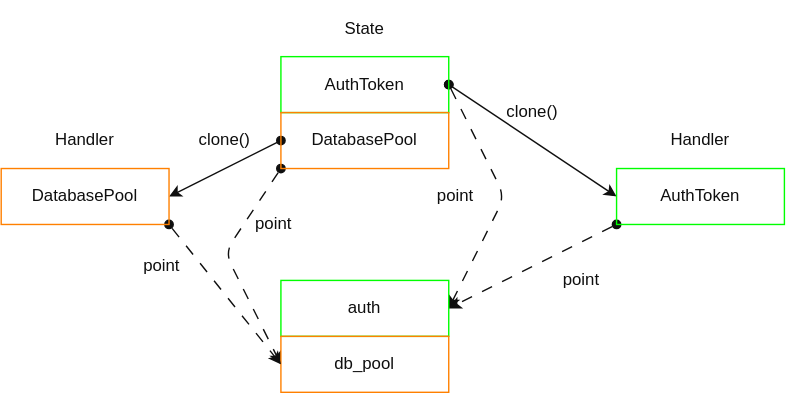
htgithub194/self-study keeps this draw.io diagram as docs/rust/axum/images/fromref.drawio.svg. Above is the earlier version. Source tidied: cells renumbered, new cells last; positions are measured from the earlier drawing's top-left corner, leaving out a move shared by most shapes.
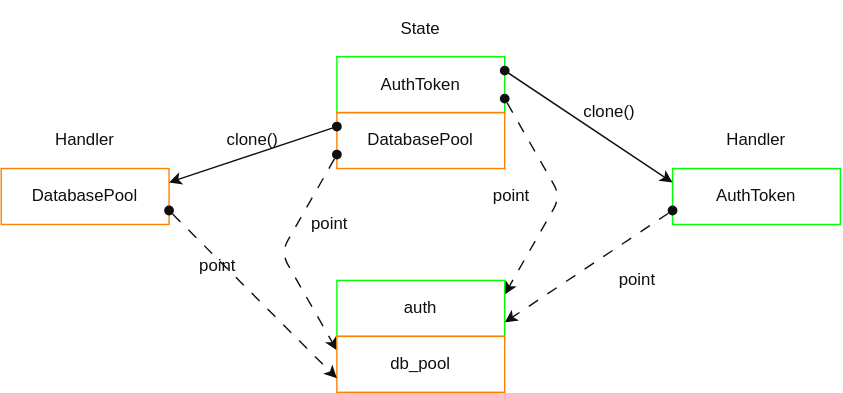
Later version of the same file.

The edit, as a diff of the source:
```diff
@@ -2,44 +2,46 @@
   <root>
     <mxCell id="0" />
     <mxCell id="1" parent="0" />
+    <mxCell id="20" value="AuthToken" style="rounded=0;whiteSpace=wrap;html=1;fontColor=light-dark(#0F0F0F,#F0F0F0);fillColor=none;strokeColor=light-dark(#00FF00,#00FF00);labelBackgroundColor=none;" parent="1" vertex="1">
+      <mxGeometry x="200" y="40" width="120" height="40" as="geometry" />
+    </mxCell>
+    <mxCell id="22" value="DatabasePool" style="rounded=0;whiteSpace=wrap;html=1;fontColor=light-dark(#0F0F0F,#F0F0F0);fillColor=none;strokeColor=light-dark(#FF8000,#FF8000);labelBackgroundColor=none;" parent="1" vertex="1">
+      <mxGeometry x="200" y="80" width="120" height="40" as="geometry" />
+    </mxCell>
+    <mxCell id="21" value="DatabasePool" style="rounded=0;whiteSpace=wrap;html=1;fontColor=light-dark(#0F0F0F,#F0F0F0);fillColor=none;strokeColor=light-dark(#FF8000,#FF8000);labelBackgroundColor=none;" parent="1" vertex="1">
+      <mxGeometry x="-40" y="120" width="120" height="40" as="geometry" />
+    </mxCell>
+    <mxCell id="19" value="AuthToken" style="rounded=0;whiteSpace=wrap;html=1;fontColor=light-dark(#0F0F0F,#F0F0F0);fillColor=none;strokeColor=light-dark(#00FF00,#00FF00);labelBackgroundColor=none;" parent="1" vertex="1">
+      <mxGeometry x="440" y="120" width="120" height="40" as="geometry" />
+    </mxCell>
-    <mxCell id="2" style="edgeStyle=none;html=1;entryX=1;entryY=0.5;entryDx=0;entryDy=0;fontFamily=Helvetica;fontSize=12;fontColor=light-dark(#0F0F0F,#F0F0F0);exitX=1;exitY=0.5;exitDx=0;exitDy=0;strokeColor=light-dark(#0F0F0F,#F0F0F0);startArrow=oval;startFill=1;flowAnimation=1;" parent="1" edge="1" target="9">
+    <mxCell id="2" style="edgeStyle=none;html=1;entryX=1;entryY=0.25;entryDx=0;entryDy=0;fontFamily=Helvetica;fontSize=12;fontColor=light-dark(#0F0F0F,#F0F0F0);exitX=1;exitY=0.75;exitDx=0;exitDy=0;strokeColor=light-dark(#0F0F0F,#F0F0F0);startArrow=oval;startFill=1;flowAnimation=1;" parent="1" edge="1" source="20" target="9">
       <mxGeometry relative="1" as="geometry">
-        <mxPoint x="320" y="60" as="sourcePoint" />
         <Array as="points">
           <mxPoint x="360" y="140" />
         </Array>
       </mxGeometry>
     </mxCell>
-    <mxCell id="3" style="edgeStyle=none;shape=connector;rounded=1;html=1;entryX=0;entryY=0.5;entryDx=0;entryDy=0;strokeColor=light-dark(#0F0F0F,#F0F0F0);align=center;verticalAlign=middle;fontFamily=Helvetica;fontSize=12;fontColor=light-dark(#0F0F0F,#F0F0F0);labelBackgroundColor=default;startArrow=oval;startFill=1;endArrow=classic;exitX=1;exitY=0.5;exitDx=0;exitDy=0;" parent="1" edge="1">
-      <mxGeometry relative="1" as="geometry">
-        <mxPoint x="320" y="60" as="sourcePoint" />
-        <mxPoint x="440" y="140" as="targetPoint" />
-      </mxGeometry>
+    <mxCell id="3" style="edgeStyle=none;shape=connector;rounded=1;html=1;entryX=0;entryY=0.25;entryDx=0;entryDy=0;strokeColor=light-dark(#0F0F0F,#F0F0F0);align=center;verticalAlign=middle;fontFamily=Helvetica;fontSize=12;fontColor=light-dark(#0F0F0F,#F0F0F0);labelBackgroundColor=default;startArrow=oval;startFill=1;endArrow=classic;exitX=1;exitY=0.25;exitDx=0;exitDy=0;" parent="1" edge="1" source="20" target="19">
+      <mxGeometry relative="1" as="geometry" />
     </mxCell>
     <mxCell id="4" value="State" style="text;html=1;align=center;verticalAlign=middle;whiteSpace=wrap;rounded=0;fontColor=light-dark(#0F0F0F,#F0F0F0);" parent="1" vertex="1">
       <mxGeometry x="200" width="120" height="40" as="geometry" />
     </mxCell>
-    <mxCell id="5" style="edgeStyle=none;html=1;entryX=0;entryY=0.5;entryDx=0;entryDy=0;fontFamily=Helvetica;fontSize=12;fontColor=light-dark(#0F0F0F,#F0F0F0);exitX=0;exitY=1;exitDx=0;exitDy=0;strokeColor=light-dark(#0F0F0F,#F0F0F0);startArrow=oval;startFill=1;flowAnimation=1;" parent="1" edge="1" target="10">
+    <mxCell id="5" style="edgeStyle=none;html=1;entryX=0;entryY=0.25;entryDx=0;entryDy=0;fontFamily=Helvetica;fontSize=12;fontColor=light-dark(#0F0F0F,#F0F0F0);exitX=0;exitY=0.75;exitDx=0;exitDy=0;strokeColor=light-dark(#0F0F0F,#F0F0F0);startArrow=oval;startFill=1;flowAnimation=1;" parent="1" edge="1" source="22" target="10">
       <mxGeometry relative="1" as="geometry">
-        <mxPoint x="200" y="120" as="sourcePoint" />
         <Array as="points">
           <mxPoint x="160" y="180" />
         </Array>
       </mxGeometry>
     </mxCell>
-    <mxCell id="6" style="edgeStyle=none;shape=connector;rounded=1;html=1;entryX=1;entryY=0.5;entryDx=0;entryDy=0;strokeColor=light-dark(#0F0F0F,#F0F0F0);align=center;verticalAlign=middle;fontFamily=Helvetica;fontSize=12;fontColor=light-dark(#0F0F0F,#F0F0F0);labelBackgroundColor=default;startArrow=oval;startFill=1;endArrow=classic;exitX=0;exitY=0.5;exitDx=0;exitDy=0;" parent="1" edge="1">
-      <mxGeometry relative="1" as="geometry">
-        <mxPoint x="200" y="100" as="sourcePoint" />
-        <mxPoint x="120" y="140" as="targetPoint" />
-      </mxGeometry>
+    <mxCell id="6" style="edgeStyle=none;shape=connector;rounded=1;html=1;entryX=1;entryY=0.25;entryDx=0;entryDy=0;strokeColor=light-dark(#0F0F0F,#F0F0F0);align=center;verticalAlign=middle;fontFamily=Helvetica;fontSize=12;fontColor=light-dark(#0F0F0F,#F0F0F0);labelBackgroundColor=default;startArrow=oval;startFill=1;endArrow=classic;exitX=0;exitY=0.25;exitDx=0;exitDy=0;" parent="1" edge="1" source="22" target="21">
+      <mxGeometry relative="1" as="geometry" />
     </mxCell>
     <mxCell id="7" value="Handler" style="text;html=1;align=center;verticalAlign=middle;whiteSpace=wrap;rounded=0;fontColor=light-dark(#0F0F0F,#F0F0F0);" parent="1" vertex="1">
       <mxGeometry x="440" y="80" width="120" height="40" as="geometry" />
     </mxCell>
-    <mxCell id="8" style="edgeStyle=none;html=1;entryX=1;entryY=0.5;entryDx=0;entryDy=0;fontFamily=Helvetica;fontSize=12;fontColor=light-dark(#0F0F0F,#F0F0F0);strokeColor=light-dark(#0F0F0F,#F0F0F0);startArrow=oval;startFill=1;flowAnimation=1;exitX=0;exitY=1;exitDx=0;exitDy=0;" parent="1" edge="1" target="9">
-      <mxGeometry relative="1" as="geometry">
-        <mxPoint x="440" y="160" as="sourcePoint" />
-      </mxGeometry>
+    <mxCell id="8" style="edgeStyle=none;html=1;entryX=1;entryY=0.75;entryDx=0;entryDy=0;fontFamily=Helvetica;fontSize=12;fontColor=light-dark(#0F0F0F,#F0F0F0);strokeColor=light-dark(#0F0F0F,#F0F0F0);startArrow=oval;startFill=1;flowAnimation=1;exitX=0;exitY=0.75;exitDx=0;exitDy=0;" parent="1" edge="1" source="19" target="9">
+      <mxGeometry relative="1" as="geometry" />
     </mxCell>
     <mxCell id="9" value="auth" style="rounded=0;whiteSpace=wrap;html=1;fontColor=light-dark(#0F0F0F,#F0F0F0);fillColor=none;strokeColor=light-dark(#00FF00,#00FF00);labelBackgroundColor=none;" parent="1" vertex="1">
       <mxGeometry x="200" y="200" width="120" height="40" as="geometry" />
@@ -48,18 +50,16 @@
       <mxGeometry x="200" y="240" width="120" height="40" as="geometry" />
     </mxCell>
     <mxCell id="11" value="clone()" style="text;html=1;align=center;verticalAlign=middle;whiteSpace=wrap;rounded=0;fontColor=light-dark(#0F0F0F,#F0F0F0);" parent="1" vertex="1">
-      <mxGeometry x="320" y="70" width="120" height="20" as="geometry" />
+      <mxGeometry x="350" y="70" width="90" height="20" as="geometry" />
     </mxCell>
     <mxCell id="12" value="Handler" style="text;html=1;align=center;verticalAlign=middle;whiteSpace=wrap;rounded=0;fontColor=light-dark(#0F0F0F,#F0F0F0);" parent="1" vertex="1">
-      <mxGeometry y="80" width="120" height="40" as="geometry" />
+      <mxGeometry x="-40" y="80" width="120" height="40" as="geometry" />
     </mxCell>
-    <mxCell id="13" style="edgeStyle=none;shape=connector;rounded=1;html=1;entryX=0;entryY=0.5;entryDx=0;entryDy=0;strokeColor=light-dark(#0F0F0F,#F0F0F0);align=center;verticalAlign=middle;fontFamily=Helvetica;fontSize=12;fontColor=light-dark(#0F0F0F,#F0F0F0);labelBackgroundColor=default;startArrow=oval;startFill=1;endArrow=classic;flowAnimation=1;exitX=1;exitY=1;exitDx=0;exitDy=0;" parent="1" edge="1" target="10">
-      <mxGeometry relative="1" as="geometry">
-        <mxPoint x="120" y="160" as="sourcePoint" />
-      </mxGeometry>
+    <mxCell id="13" style="edgeStyle=none;shape=connector;rounded=1;html=1;entryX=0;entryY=0.75;entryDx=0;entryDy=0;strokeColor=light-dark(#0F0F0F,#F0F0F0);align=center;verticalAlign=middle;fontFamily=Helvetica;fontSize=12;fontColor=light-dark(#0F0F0F,#F0F0F0);labelBackgroundColor=default;startArrow=oval;startFill=1;endArrow=classic;flowAnimation=1;exitX=1;exitY=0.75;exitDx=0;exitDy=0;" parent="1" edge="1" source="21" target="10">
+      <mxGeometry relative="1" as="geometry" />
     </mxCell>
     <mxCell id="14" value="clone()" style="text;html=1;align=center;verticalAlign=middle;whiteSpace=wrap;rounded=0;fontColor=light-dark(#0F0F0F,#F0F0F0);" parent="1" vertex="1">
-      <mxGeometry x="100" y="90" width="120" height="20" as="geometry" />
+      <mxGeometry x="100" y="90" width="80" height="20" as="geometry" />
     </mxCell>
     <mxCell id="15" value="point" style="text;html=1;align=center;verticalAlign=middle;whiteSpace=wrap;rounded=0;fontColor=light-dark(#0F0F0F,#F0F0F0);" parent="1" vertex="1">
       <mxGeometry x="160" y="150" width="70" height="20" as="geometry" />
@@ -73,17 +73,5 @@
     <mxCell id="18" value="point" style="text;html=1;align=center;verticalAlign=middle;whiteSpace=wrap;rounded=0;fontColor=light-dark(#0F0F0F,#F0F0F0);" parent="1" vertex="1">
       <mxGeometry x="80" y="180" width="70" height="20" as="geometry" />
     </mxCell>
-    <mxCell id="19" value="AuthToken" style="rounded=0;whiteSpace=wrap;html=1;fontColor=light-dark(#0F0F0F,#F0F0F0);fillColor=none;strokeColor=light-dark(#00FF00,#00FF00);labelBackgroundColor=none;" parent="1" vertex="1">
-      <mxGeometry x="440" y="120" width="120" height="40" as="geometry" />
-    </mxCell>
-    <mxCell id="20" value="AuthToken" style="rounded=0;whiteSpace=wrap;html=1;fontColor=light-dark(#0F0F0F,#F0F0F0);fillColor=none;strokeColor=light-dark(#00FF00,#00FF00);labelBackgroundColor=none;" parent="1" vertex="1">
-      <mxGeometry x="200" y="40" width="120" height="40" as="geometry" />
-    </mxCell>
-    <mxCell id="21" value="DatabasePool" style="rounded=0;whiteSpace=wrap;html=1;fontColor=light-dark(#0F0F0F,#F0F0F0);fillColor=none;strokeColor=light-dark(#FF8000,#FF8000);labelBackgroundColor=none;" parent="1" vertex="1">
-      <mxGeometry y="120" width="120" height="40" as="geometry" />
-    </mxCell>
-    <mxCell id="22" value="DatabasePool" style="rounded=0;whiteSpace=wrap;html=1;fontColor=light-dark(#0F0F0F,#F0F0F0);fillColor=none;strokeColor=light-dark(#FF8000,#FF8000);labelBackgroundColor=none;" parent="1" vertex="1">
-      <mxGeometry x="200" y="80" width="120" height="40" as="geometry" />
-    </mxCell>
   </root>
 </mxGraphModel>
```
